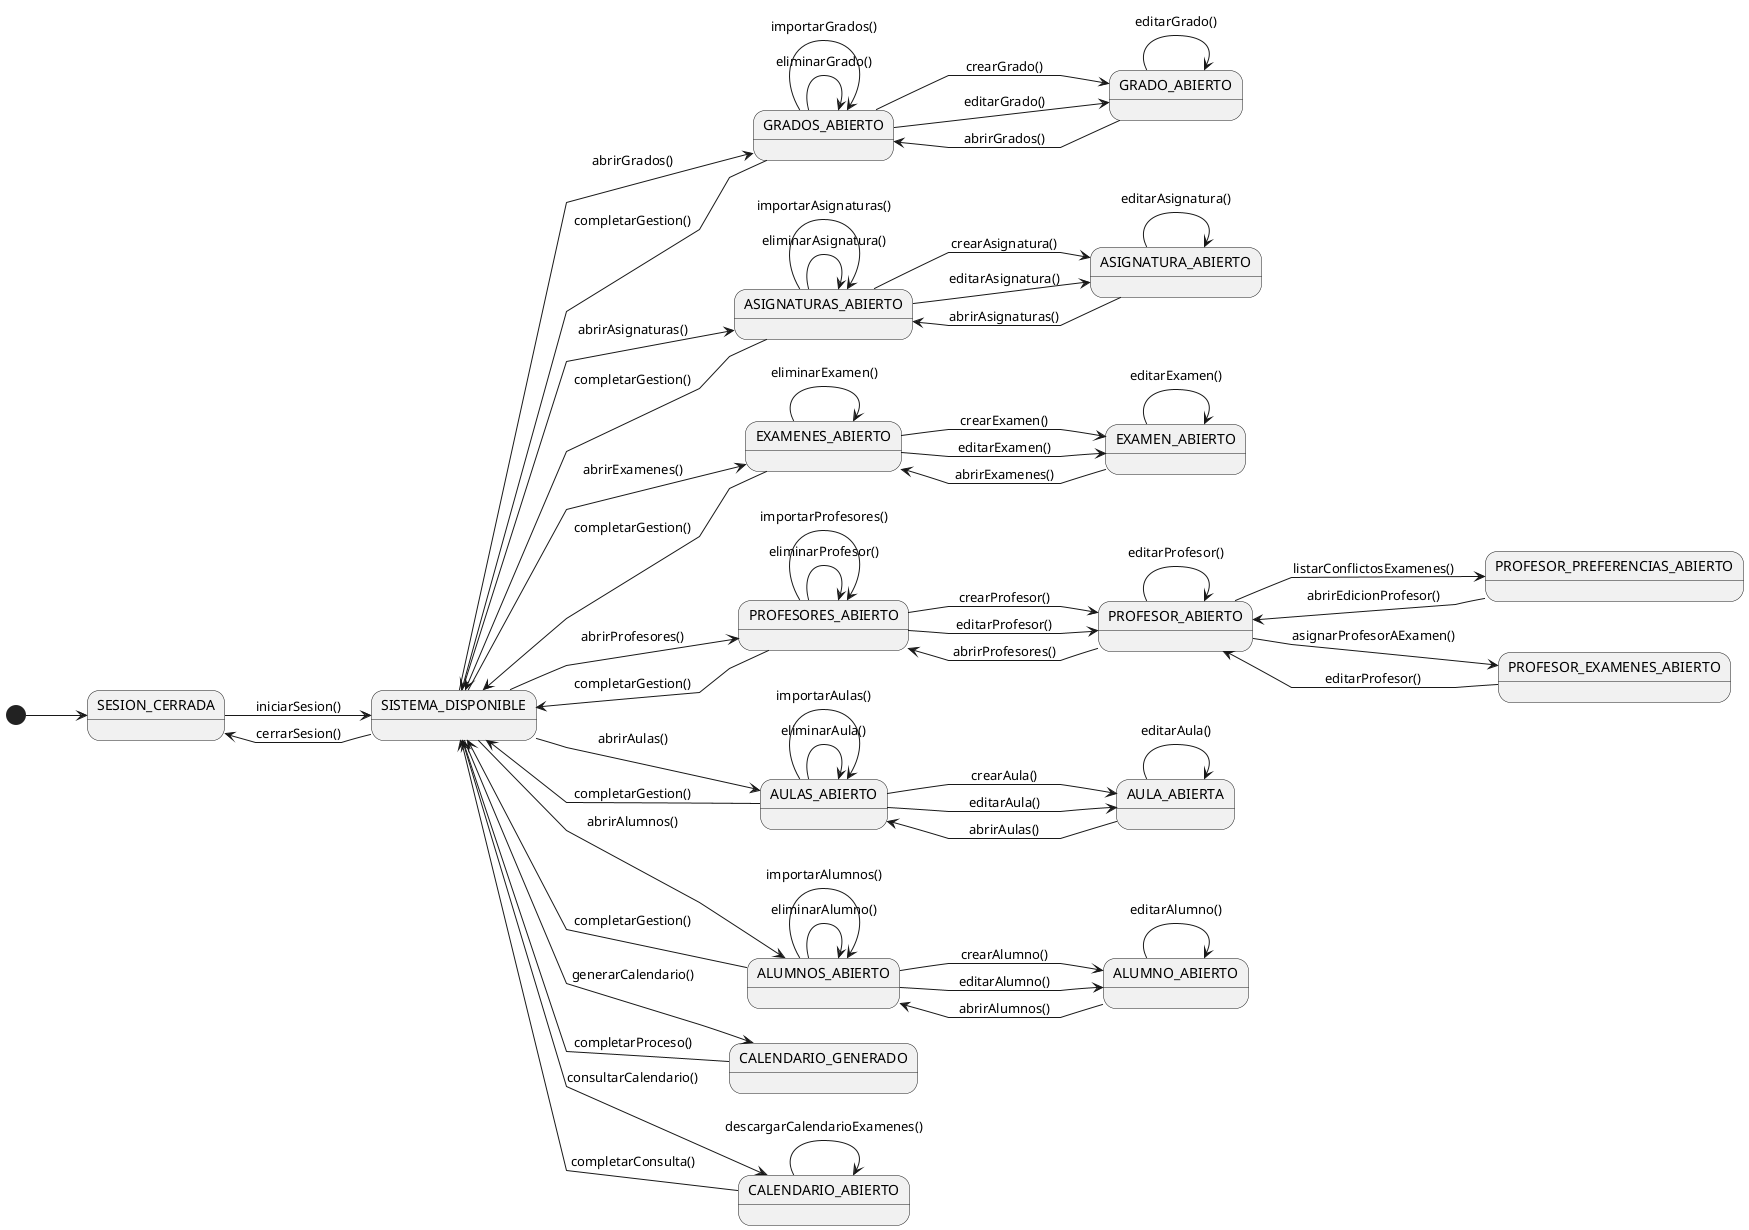
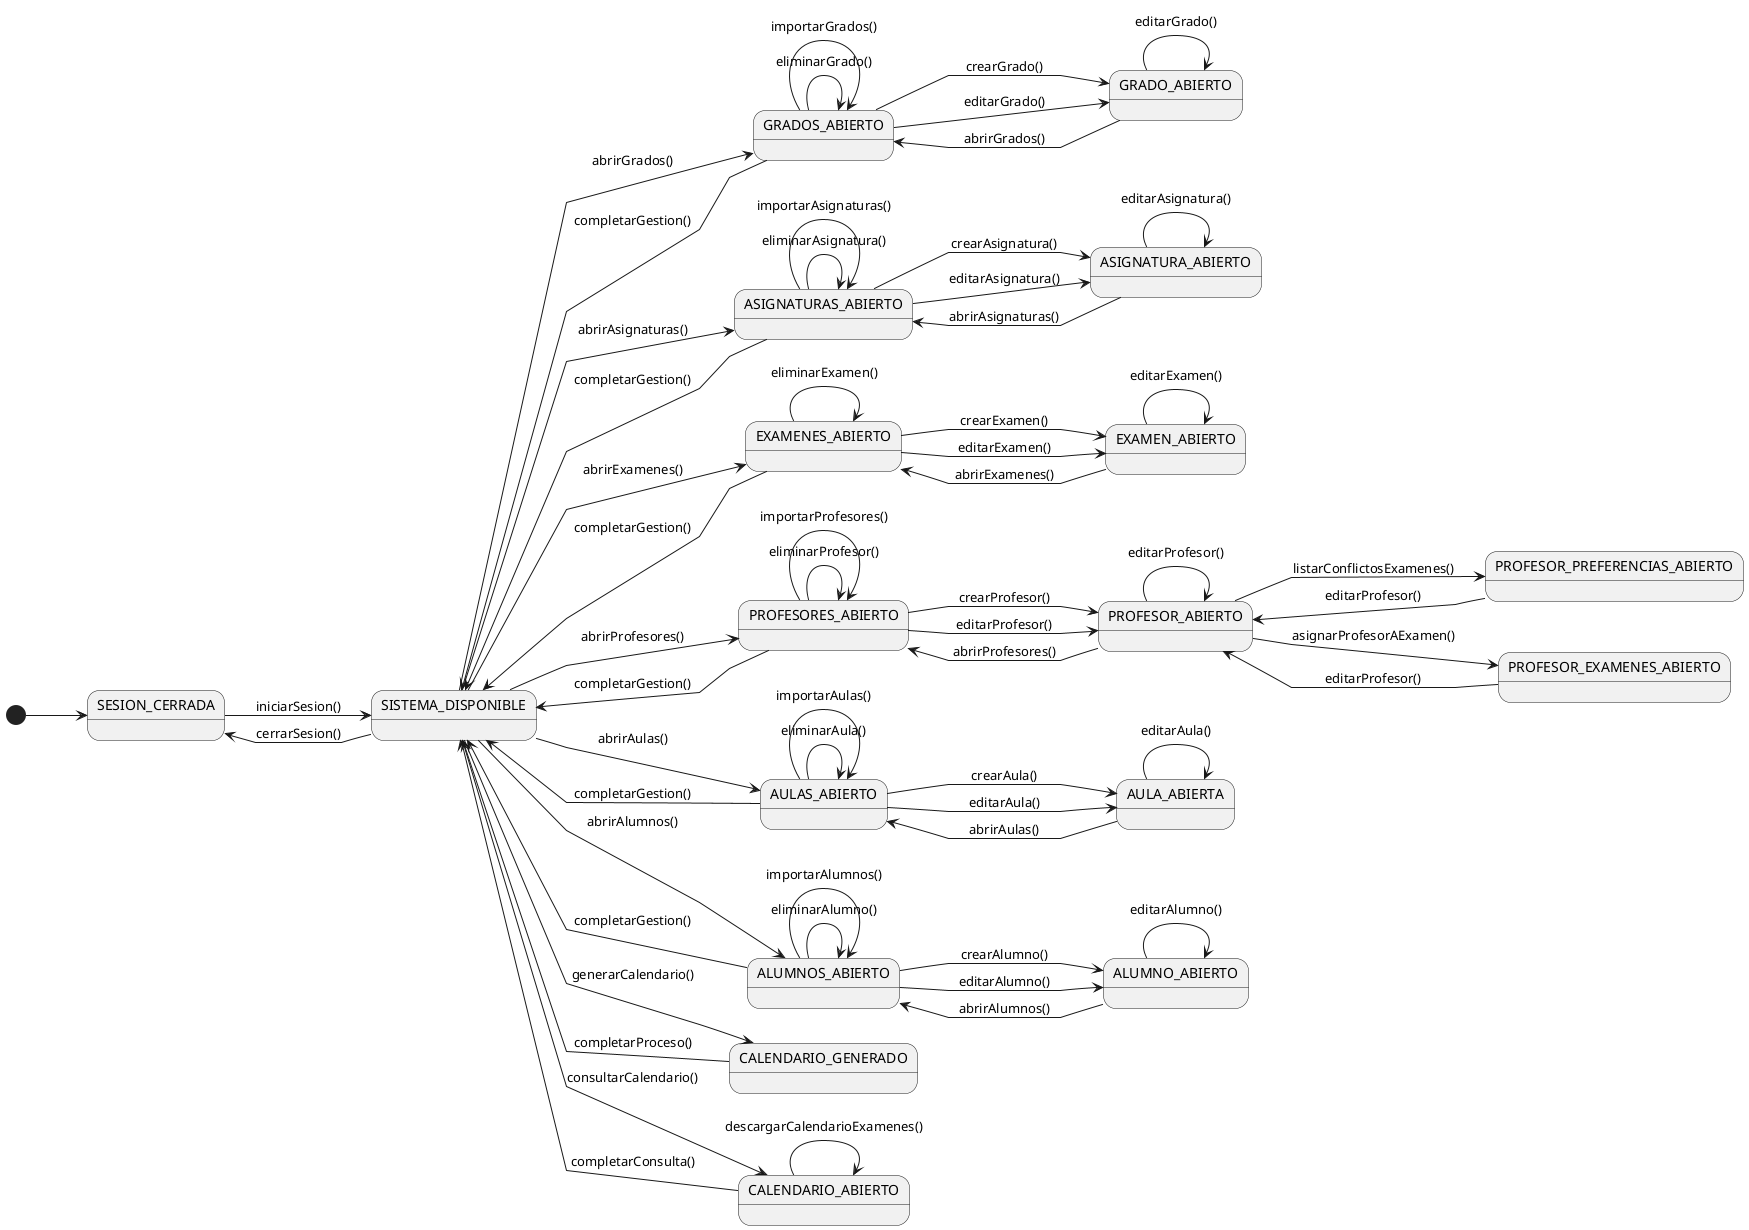
@startuml diagrama-contexto-administrador-examenes

left to right direction
skinparam linetype polyline

state "SESION_CERRADA" as NoAuth
state "SISTEMA_DISPONIBLE" as Menu

state "GRADOS_ABIERTO" as ListGrados
state "GRADO_ABIERTO" as EditGrado

state "ASIGNATURAS_ABIERTO" as ListAsignaturas
state "ASIGNATURA_ABIERTO" as EditAsignatura

state "EXAMENES_ABIERTO" as ListExamenes
state "EXAMEN_ABIERTO" as EditExamen

state "PROFESORES_ABIERTO" as ListProfesores
state "PROFESOR_ABIERTO" as EditProfesor
state "PROFESOR_PREFERENCIAS_ABIERTO" as EditProfesorPreferencias
state "PROFESOR_EXAMENES_ABIERTO" as Asignaciones

state "AULAS_ABIERTO" as ListAulas
state "AULA_ABIERTA" as EditAula

state "ALUMNOS_ABIERTO" as ListAlumnos
state "ALUMNO_ABIERTO" as EditAlumno

state "CALENDARIO_GENERADO" as Generacion
state "CALENDARIO_ABIERTO" as Consulta

[*] --> NoAuth
NoAuth --> Menu : iniciarSesion()

Menu --> NoAuth : cerrarSesion()

Menu --> ListGrados : abrirGrados()
Menu --> ListAsignaturas : abrirAsignaturas()
Menu --> ListExamenes : abrirExamenes()
Menu --> ListProfesores : abrirProfesores()
Menu --> ListAulas : abrirAulas()
Menu --> ListAlumnos : abrirAlumnos()
Menu --> Generacion : generarCalendario()
Menu --> Consulta : consultarCalendario()

ListGrados --> EditGrado : crearGrado()
ListGrados --> EditGrado : editarGrado()
ListGrados --> ListGrados : eliminarGrado()
ListGrados --> ListGrados : importarGrados()

EditGrado --> EditGrado : editarGrado()
EditGrado --> ListGrados : abrirGrados()

ListAsignaturas --> EditAsignatura : crearAsignatura()
ListAsignaturas --> EditAsignatura : editarAsignatura()
ListAsignaturas --> ListAsignaturas : eliminarAsignatura()
ListAsignaturas --> ListAsignaturas : importarAsignaturas()

EditAsignatura --> EditAsignatura : editarAsignatura()
EditAsignatura --> ListAsignaturas : abrirAsignaturas()

ListExamenes --> EditExamen : crearExamen()
ListExamenes --> EditExamen : editarExamen()
ListExamenes --> ListExamenes : eliminarExamen()

EditExamen --> EditExamen : editarExamen()
EditExamen --> ListExamenes : abrirExamenes()

ListProfesores --> EditProfesor : crearProfesor()
ListProfesores --> EditProfesor : editarProfesor()
ListProfesores --> ListProfesores : eliminarProfesor()
ListProfesores --> ListProfesores : importarProfesores()

EditProfesor --> EditProfesor : editarProfesor()
EditProfesor --> EditProfesorPreferencias : listarConflictosExamenes()
EditProfesor --> Asignaciones : asignarProfesorAExamen()
EditProfesor --> ListProfesores : abrirProfesores()

Asignaciones --> EditProfesor : editarProfesor()
- EditProfesorPreferencias --> EditProfesor : abrirEdicionProfesor()
+ EditProfesorPreferencias --> EditProfesor : editarProfesor()

ListAulas --> EditAula : crearAula()
ListAulas --> EditAula : editarAula()
ListAulas --> ListAulas : eliminarAula()
ListAulas --> ListAulas : importarAulas()

EditAula --> EditAula : editarAula()
EditAula --> ListAulas : abrirAulas()

ListAlumnos --> EditAlumno : crearAlumno()
ListAlumnos --> EditAlumno : editarAlumno()
ListAlumnos --> ListAlumnos : eliminarAlumno()
ListAlumnos --> ListAlumnos : importarAlumnos()

EditAlumno --> EditAlumno : editarAlumno()
EditAlumno --> ListAlumnos : abrirAlumnos()

ListGrados --> Menu : completarGestion()
ListAsignaturas --> Menu : completarGestion()
ListExamenes --> Menu : completarGestion()
ListProfesores --> Menu : completarGestion()
ListAulas --> Menu : completarGestion()
ListAlumnos --> Menu : completarGestion()

Generacion --> Menu : completarProceso()
Consulta --> Menu : completarConsulta()
Consulta --> Consulta : descargarCalendarioExamenes()

@enduml
